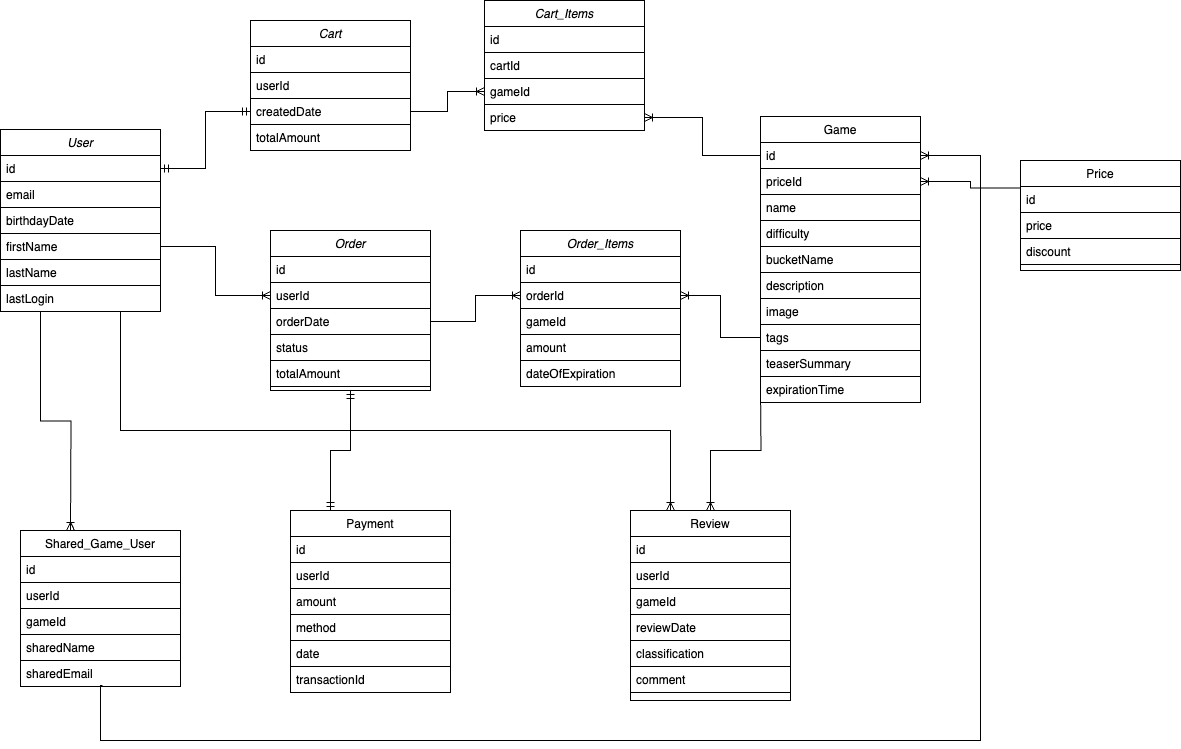
Above: main_db.drawio.png in tomasferreiradesa/desarquivados-platform-db-schema (draw.io), before the change. Source tidied: cells renumbered, new cells last; positions are measured from the earlier drawing's top-left corner, leaving out a move shared by most shapes.
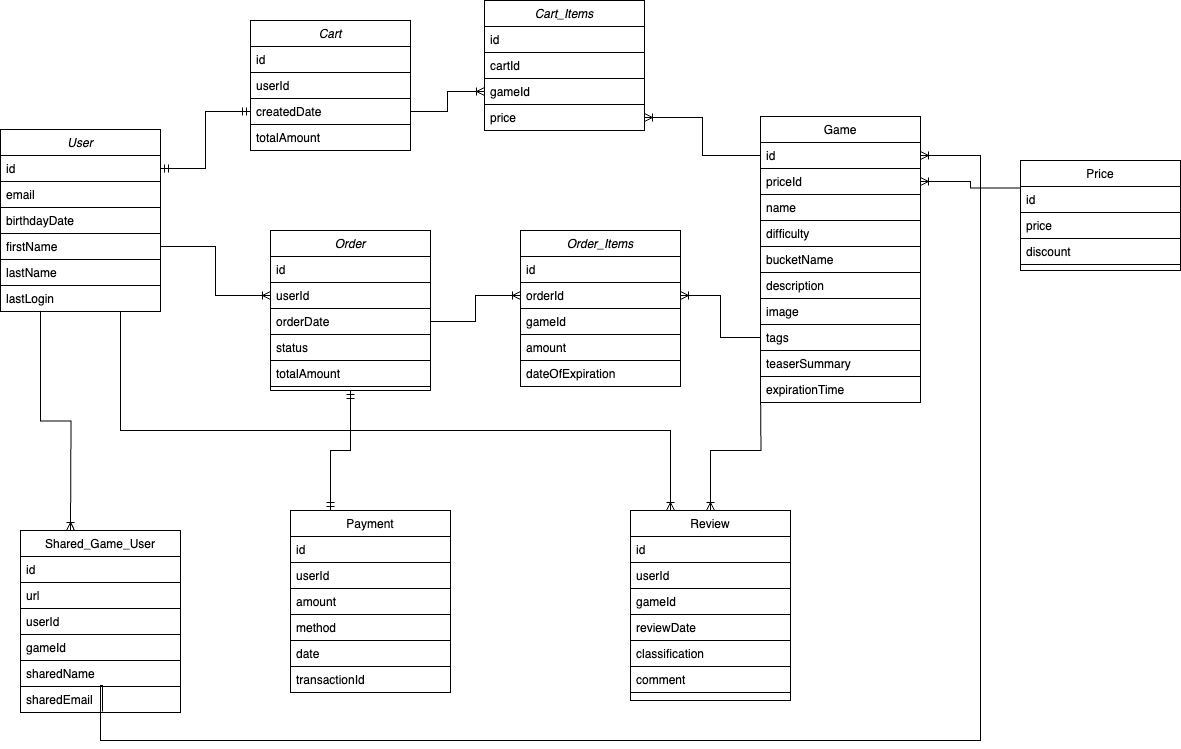
Above is the later version.

The edit, as a diff of the source:
```diff
@@ -75,22 +75,25 @@
       <mxGeometry y="260" width="160" height="26" as="geometry" />
     </mxCell>
     <mxCell id="26" value="Shared_Game_User" style="swimlane;fontStyle=0;align=center;verticalAlign=top;horizontal=1;startSize=26;rounded=0;shadow=0;strokeWidth=1;fillColor=none;strokeColor=#000000;fontColor=default;" parent="1" vertex="1">
-      <mxGeometry x="20" y="530" width="160" height="156" as="geometry" />
+      <mxGeometry x="20" y="530" width="160" height="182" as="geometry" />
     </mxCell>
     <mxCell id="27" value="id" style="text;align=left;verticalAlign=top;spacingLeft=4;spacingRight=4;overflow=hidden;fillColor=none;strokeColor=#000000;fontColor=default;" parent="26" vertex="1">
       <mxGeometry y="26" width="160" height="26" as="geometry" />
     </mxCell>
+    <mxCell id="78" value="url" style="text;align=left;verticalAlign=top;spacingLeft=4;spacingRight=4;overflow=hidden;fillColor=none;strokeColor=#000000;fontColor=default;" parent="26" vertex="1">
+      <mxGeometry y="52" width="160" height="26" as="geometry" />
+    </mxCell>
     <mxCell id="28" value="userId" style="text;align=left;verticalAlign=top;spacingLeft=4;spacingRight=4;overflow=hidden;fillColor=none;strokeColor=#000000;fontColor=default;" parent="26" vertex="1">
-      <mxGeometry y="52" width="160" height="26" as="geometry" />
+      <mxGeometry y="78" width="160" height="26" as="geometry" />
     </mxCell>
     <mxCell id="29" value="gameId" style="text;align=left;verticalAlign=top;spacingLeft=4;spacingRight=4;overflow=hidden;fillColor=none;strokeColor=#000000;fontColor=default;" parent="26" vertex="1">
-      <mxGeometry y="78" width="160" height="26" as="geometry" />
+      <mxGeometry y="104" width="160" height="26" as="geometry" />
     </mxCell>
     <mxCell id="30" value="sharedName" style="text;align=left;verticalAlign=top;spacingLeft=4;spacingRight=4;overflow=hidden;fillColor=none;strokeColor=#000000;fontColor=default;" parent="26" vertex="1">
-      <mxGeometry y="104" width="160" height="26" as="geometry" />
+      <mxGeometry y="130" width="160" height="26" as="geometry" />
     </mxCell>
     <mxCell id="31" value="sharedEmail" style="text;align=left;verticalAlign=top;spacingLeft=4;spacingRight=4;overflow=hidden;points=[[0,0.5],[1,0.5]];portConstraint=eastwest;fillColor=none;strokeColor=#000000;fontColor=default;" parent="26" vertex="1">
-      <mxGeometry y="130" width="160" height="26" as="geometry" />
+      <mxGeometry y="156" width="160" height="26" as="geometry" />
     </mxCell>
     <mxCell id="32" value="User" style="swimlane;fontStyle=2;align=center;verticalAlign=top;horizontal=1;startSize=26;rounded=0;shadow=0;strokeWidth=1;fillColor=none;strokeColor=#000000;fontColor=default;" parent="1" vertex="1">
       <mxGeometry y="129" width="160" height="182" as="geometry" />
```
